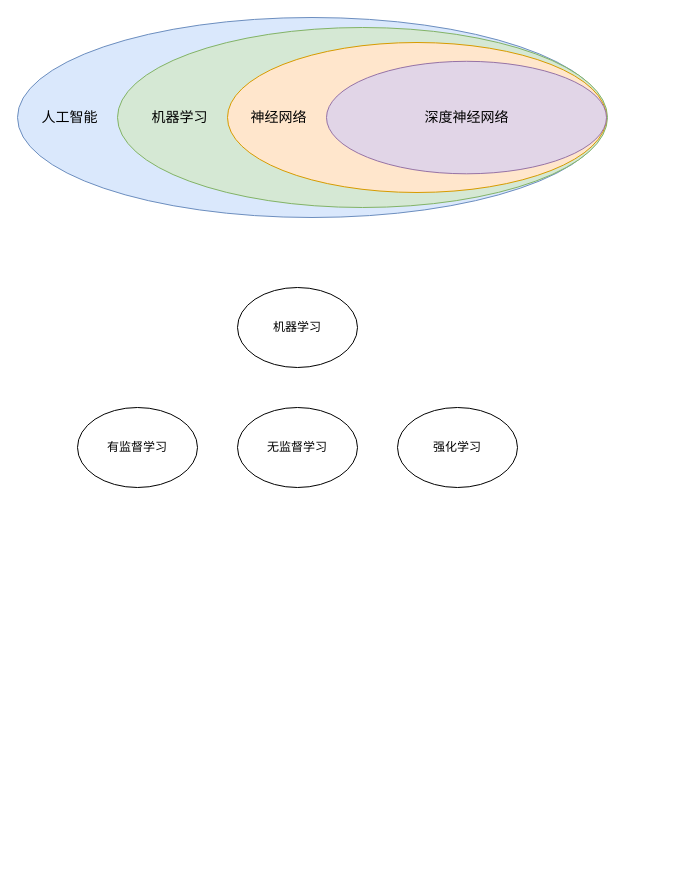
Earlier version of the draw.io diagram ai.drawio (ZiqingYip/moment). Source tidied: cells renumbered, new cells numbered last; positions are measured from the earlier drawing's top-left corner, leaving out a move shared by most shapes. Both pictures are drawn from the tidied source at 100%, with x=0, y=0 at pixel (17, 17).
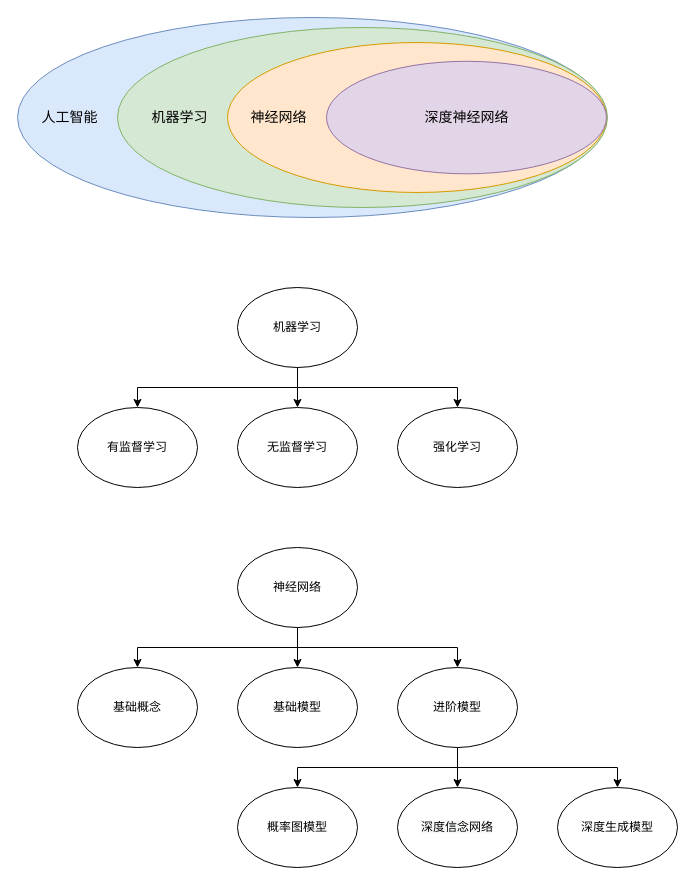
After the change.

Unchanged cells that the change refers to:
```xml
<mxCell id="10" value="机器学习" style="ellipse;whiteSpace=wrap;html=1;" parent="1" vertex="1">
  <mxGeometry x="220" y="270" width="120" height="80" as="geometry" />
</mxCell>
<mxCell id="11" value="无监督学习" style="ellipse;whiteSpace=wrap;html=1;" parent="1" vertex="1">
  <mxGeometry x="220" y="390" width="120" height="80" as="geometry" />
</mxCell>
<mxCell id="12" value="有监督学习" style="ellipse;whiteSpace=wrap;html=1;" parent="1" vertex="1">
  <mxGeometry x="60" y="390" width="120" height="80" as="geometry" />
</mxCell>
<mxCell id="13" value="强化学习" style="ellipse;whiteSpace=wrap;html=1;" parent="1" vertex="1">
  <mxGeometry x="380" y="390" width="120" height="80" as="geometry" />
</mxCell>
```

Change to the diagram source:
```diff
@@
+    <mxCell id="14" style="edgeStyle=orthogonalEdgeStyle;rounded=0;jettySize=auto;html=1;exitX=0.5;exitY=1;exitDx=0;exitDy=0;" parent="1" edge="1" source="10" target="11">
+      <mxGeometry relative="1" as="geometry" />
+    </mxCell>
+    <mxCell id="15" style="edgeStyle=orthogonalEdgeStyle;rounded=0;jettySize=auto;html=1;exitX=0.5;exitY=1;exitDx=0;exitDy=0;entryX=0.5;entryY=0;entryDx=0;entryDy=0;" parent="1" edge="1" source="10" target="12">
+      <mxGeometry relative="1" as="geometry" />
+    </mxCell>
+    <mxCell id="16" style="edgeStyle=orthogonalEdgeStyle;rounded=0;jettySize=auto;html=1;exitX=0.5;exitY=1;exitDx=0;exitDy=0;entryX=0.5;entryY=0;entryDx=0;entryDy=0;" parent="1" edge="1" source="10" target="13">
+      <mxGeometry relative="1" as="geometry" />
+    </mxCell>
@@
+    <mxCell id="17" style="edgeStyle=orthogonalEdgeStyle;rounded=0;jettySize=auto;html=1;exitX=0.5;exitY=1;exitDx=0;exitDy=0;" parent="1" edge="1" source="20" target="21">
+      <mxGeometry relative="1" as="geometry" />
+    </mxCell>
+    <mxCell id="18" style="edgeStyle=orthogonalEdgeStyle;rounded=0;jettySize=auto;html=1;exitX=0.5;exitY=1;exitDx=0;exitDy=0;entryX=0.5;entryY=0;entryDx=0;entryDy=0;" parent="1" edge="1" source="20" target="22">
+      <mxGeometry relative="1" as="geometry" />
+    </mxCell>
+    <mxCell id="19" style="edgeStyle=orthogonalEdgeStyle;rounded=0;jettySize=auto;html=1;exitX=0.5;exitY=1;exitDx=0;exitDy=0;entryX=0.5;entryY=0;entryDx=0;entryDy=0;" parent="1" edge="1" source="20" target="26">
+      <mxGeometry relative="1" as="geometry" />
+    </mxCell>
+    <mxCell id="20" value="神经网络" style="ellipse;whiteSpace=wrap;html=1;" parent="1" vertex="1">
+      <mxGeometry x="220" y="530" width="120" height="80" as="geometry" />
+    </mxCell>
+    <mxCell id="21" value="基础模型" style="ellipse;whiteSpace=wrap;html=1;" parent="1" vertex="1">
+      <mxGeometry x="220" y="650" width="120" height="80" as="geometry" />
+    </mxCell>
+    <mxCell id="22" value="基础概念" style="ellipse;whiteSpace=wrap;html=1;" parent="1" vertex="1">
+      <mxGeometry x="60" y="650" width="120" height="80" as="geometry" />
+    </mxCell>
+    <mxCell id="23" style="edgeStyle=orthogonalEdgeStyle;rounded=0;jettySize=auto;html=1;exitX=0.5;exitY=1;exitDx=0;exitDy=0;entryX=0.5;entryY=0;entryDx=0;entryDy=0;" parent="1" edge="1" source="26" target="27">
+      <mxGeometry relative="1" as="geometry" />
+    </mxCell>
+    <mxCell id="24" style="edgeStyle=orthogonalEdgeStyle;rounded=0;jettySize=auto;html=1;exitX=0.5;exitY=1;exitDx=0;exitDy=0;entryX=0.5;entryY=0;entryDx=0;entryDy=0;" parent="1" edge="1" source="26" target="28">
+      <mxGeometry relative="1" as="geometry" />
+    </mxCell>
+    <mxCell id="25" style="edgeStyle=orthogonalEdgeStyle;rounded=0;jettySize=auto;html=1;exitX=0.5;exitY=1;exitDx=0;exitDy=0;entryX=0.5;entryY=0;entryDx=0;entryDy=0;" parent="1" edge="1" source="26" target="29">
+      <mxGeometry relative="1" as="geometry" />
+    </mxCell>
+    <mxCell id="26" value="进阶模型" style="ellipse;whiteSpace=wrap;html=1;" parent="1" vertex="1">
+      <mxGeometry x="380" y="650" width="120" height="80" as="geometry" />
+    </mxCell>
+    <mxCell id="27" value="&lt;span style=&quot;color: rgb(0, 0, 0); font-family: Helvetica; font-size: 12px; font-style: normal; font-variant-ligatures: normal; font-variant-caps: normal; font-weight: 400; letter-spacing: normal; orphans: 2; text-align: center; text-indent: 0px; text-transform: none; widows: 2; word-spacing: 0px; -webkit-text-stroke-width: 0px; background-color: rgb(248, 249, 250); text-decoration-thickness: initial; text-decoration-style: initial; text-decoration-color: initial; float: none; display: inline !important;&quot;&gt;深度信念网络&lt;/span&gt;" style="ellipse;whiteSpace=wrap;html=1;" parent="1" vertex="1">
+      <mxGeometry x="380" y="770" width="120" height="80" as="geometry" />
+    </mxCell>
+    <mxCell id="28" value="概率图模型" style="ellipse;whiteSpace=wrap;html=1;" parent="1" vertex="1">
+      <mxGeometry x="220" y="770" width="120" height="80" as="geometry" />
+    </mxCell>
+    <mxCell id="29" value="深度生成模型" style="ellipse;whiteSpace=wrap;html=1;" parent="1" vertex="1">
+      <mxGeometry x="540" y="770" width="120" height="80" as="geometry" />
+    </mxCell>
```
